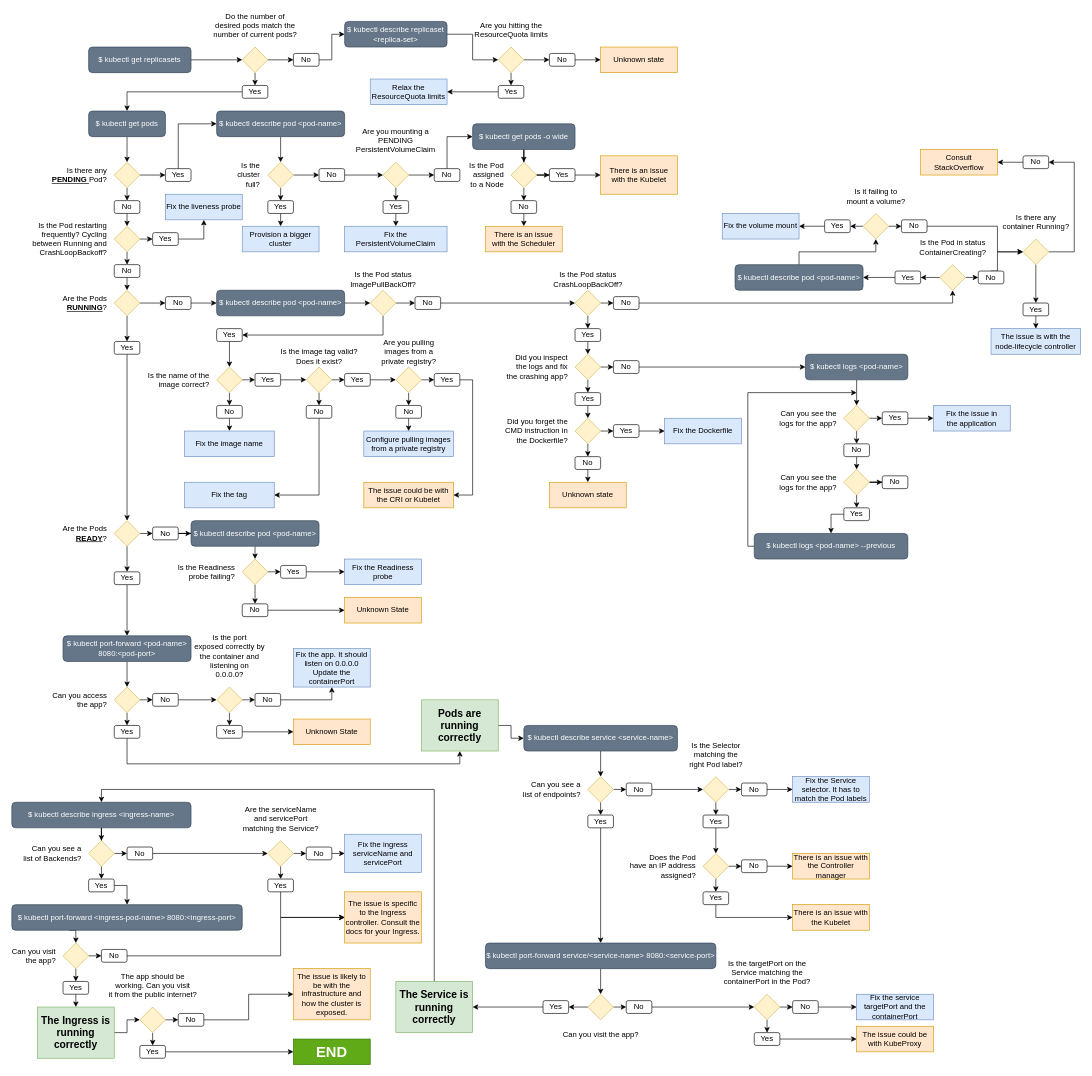
Above: checks.drawio in bespinian/livelint (draw.io), before the change. Source tidied: cells renumbered, new cells numbered last; positions are measured from the earlier drawing's top-left corner, leaving out a move shared by most shapes. Both pictures are drawn from the tidied source at 64%, with x=0, y=0 at pixel (12, 21).
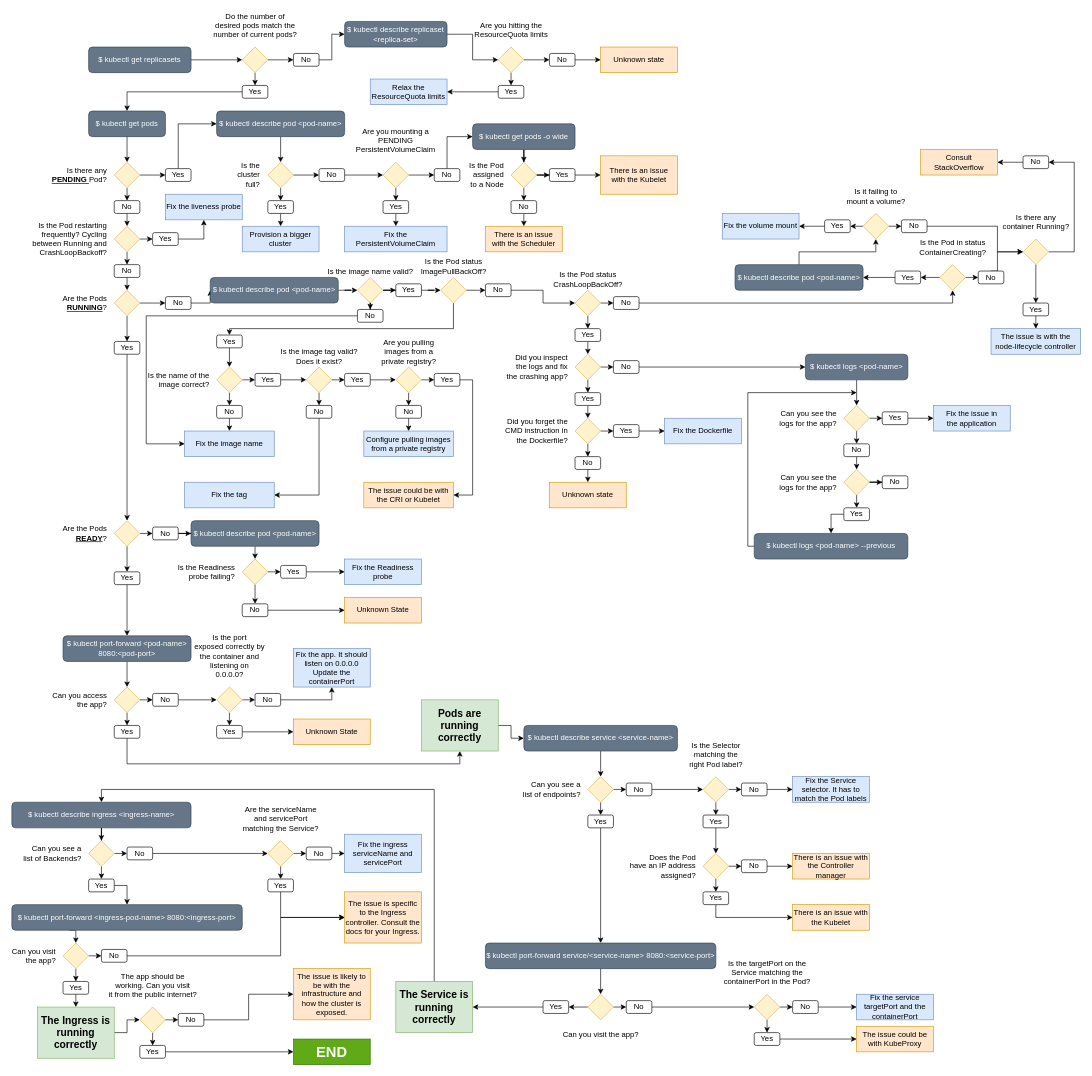
Above is the later version.

Commit message (it also covers changes not shown here):
Add tests and flow chart box for invalid image name check

The change refers to these unchanged cells:
```xml
<mxCell id="98" value="Fix the image name" style="rounded=0;whiteSpace=wrap;html=1;fillColor=#dae8fc;strokeColor=#6c8ebf;" parent="1" vertex="1">
  <mxGeometry x="270" y="640" width="140" height="40" as="geometry" />
</mxCell>
<mxCell id="103" value="Is the Pod status&lt;br&gt;CrashLoopBackOff?" style="rhombus;html=1;spacingLeft=0;align=center;fillColor=#fff2cc;strokeColor=#d6b656;labelPosition=center;verticalLabelPosition=top;verticalAlign=bottom;spacingRight=0;" parent="1" vertex="1">
  <mxGeometry x="880" y="420" width="40" height="40" as="geometry" />
</mxCell>
```

What changed in the source:
```diff
@@
-    <mxCell id="81" style="edgeStyle=orthogonalEdgeStyle;rounded=0;jettySize=auto;html=1;exitX=1;exitY=0.5;exitDx=0;exitDy=0;entryX=0;entryY=0.5;entryDx=0;entryDy=0;" parent="1" edge="1" source="82" target="85">
-      <mxGeometry relative="1" as="geometry" />
-    </mxCell>
+    <mxCell id="299" style="edgeStyle=orthogonalEdgeStyle;rounded=0;jettySize=auto;html=1;" parent="1" edge="1" source="82" target="302">
+      <mxGeometry relative="1" as="geometry" />
+    </mxCell>
     <mxCell id="82" value="&lt;div&gt;$ kubectl describe pod &amp;lt;pod-name&amp;gt;&lt;br&gt;&lt;/div&gt;" style="rounded=1;whiteSpace=wrap;html=1;fillColor=#647687;fontColor=#ffffff;strokeColor=#314354;" parent="1" vertex="1">
-      <mxGeometry x="320" y="420" width="200" height="40" as="geometry" />
+      <mxGeometry x="310" y="400" width="200" height="40" as="geometry" />
     </mxCell>
-    <mxCell id="83" style="edgeStyle=orthogonalEdgeStyle;rounded=0;jettySize=auto;html=1;exitX=0.5;exitY=1;exitDx=0;exitDy=0;entryX=1;entryY=0.5;entryDx=0;entryDy=0;" parent="1" edge="1" source="85" target="87">
-      <mxGeometry relative="1" as="geometry" />
+    <mxCell id="83" style="edgeStyle=orthogonalEdgeStyle;rounded=0;jettySize=auto;html=1;exitX=0.5;exitY=1;exitDx=0;exitDy=0;entryX=0.5;entryY=0;entryDx=0;entryDy=0;" parent="1" edge="1" source="85" target="87">
+      <mxGeometry relative="1" as="geometry">
+        <Array as="points">
+          <mxPoint x="690" y="480" />
+          <mxPoint x="340" y="480" />
+        </Array>
+      </mxGeometry>
     </mxCell>
@@
-    <mxCell id="85" value="Is the Pod status&lt;br&gt;ImagePullBackOff?" style="rhombus;html=1;spacingLeft=0;align=center;fillColor=#fff2cc;strokeColor=#d6b656;labelPosition=center;verticalLabelPosition=top;verticalAlign=bottom;spacingRight=0;" parent="1" vertex="1">
-      <mxGeometry x="560" y="420" width="40" height="40" as="geometry" />
-    </mxCell>
@@
     <mxCell id="87" value="Yes" style="rounded=1;whiteSpace=wrap;html=1;" parent="1" vertex="1">
-      <mxGeometry x="320" y="480" width="40" height="20" as="geometry" />
+      <mxGeometry x="320" y="490" width="40" height="20" as="geometry" />
     </mxCell>
-    <mxCell id="88" style="edgeStyle=orthogonalEdgeStyle;rounded=0;jettySize=auto;html=1;exitX=1;exitY=0.5;exitDx=0;exitDy=0;entryX=0;entryY=0.5;entryDx=0;entryDy=0;" parent="1" edge="1" source="89" target="103">
+    <mxCell id="88" style="edgeStyle=orthogonalEdgeStyle;rounded=0;jettySize=auto;html=1;exitX=1;exitY=0.5;exitDx=0;exitDy=0;entryX=0;entryY=0.5;entryDx=0;entryDy=0;startArrow=none;" parent="1" edge="1" source="89" target="103">
       <mxGeometry relative="1" as="geometry">
         <Array as="points">
-          <mxPoint x="680" y="440" />
-          <mxPoint x="680" y="440" />
+          <mxPoint x="830" y="420" />
+          <mxPoint x="830" y="440" />
         </Array>
       </mxGeometry>
     </mxCell>
     <mxCell id="89" value="No" style="rounded=1;whiteSpace=wrap;html=1;" parent="1" vertex="1">
-      <mxGeometry x="630" y="430" width="40" height="20" as="geometry" />
+      <mxGeometry x="740" y="410" width="40" height="20" as="geometry" />
     </mxCell>
@@
+    <mxCell id="85" value="Is the Pod status&lt;br&gt;ImagePullBackOff?" style="rhombus;html=1;spacingLeft=0;align=center;fillColor=#fff2cc;strokeColor=#d6b656;labelPosition=center;verticalLabelPosition=top;verticalAlign=bottom;spacingRight=0;" parent="1" vertex="1">
+      <mxGeometry x="670" y="400" width="40" height="40" as="geometry" />
+    </mxCell>
+    <mxCell id="300" style="edgeStyle=orthogonalEdgeStyle;rounded=0;jettySize=auto;html=1;entryX=0;entryY=0.5;entryDx=0;entryDy=0;" parent="1" edge="1" source="302" target="304">
+      <mxGeometry relative="1" as="geometry" />
+    </mxCell>
+    <mxCell id="301" style="edgeStyle=orthogonalEdgeStyle;rounded=0;jettySize=auto;html=1;entryX=0.5;entryY=0;entryDx=0;entryDy=0;" parent="1" edge="1" source="302" target="306">
+      <mxGeometry relative="1" as="geometry" />
+    </mxCell>
+    <mxCell id="302" value="Is the image name valid?" style="rhombus;html=1;spacingLeft=0;align=center;fillColor=#fff2cc;strokeColor=#d6b656;labelPosition=center;verticalLabelPosition=top;verticalAlign=bottom;spacingRight=0;" parent="1" vertex="1">
+      <mxGeometry x="540" y="400" width="40" height="40" as="geometry" />
+    </mxCell>
+    <mxCell id="303" style="edgeStyle=orthogonalEdgeStyle;rounded=0;jettySize=auto;html=1;entryX=0;entryY=0.5;entryDx=0;entryDy=0;" parent="1" edge="1" source="304" target="85">
+      <mxGeometry relative="1" as="geometry" />
+    </mxCell>
+    <mxCell id="304" value="Yes" style="rounded=1;whiteSpace=wrap;html=1;" parent="1" vertex="1">
+      <mxGeometry x="600" y="410" width="40" height="20" as="geometry" />
+    </mxCell>
+    <mxCell id="305" style="edgeStyle=orthogonalEdgeStyle;rounded=0;jettySize=auto;html=1;entryX=0;entryY=0.5;entryDx=0;entryDy=0;" parent="1" edge="1" source="306" target="98">
+      <mxGeometry relative="1" as="geometry">
+        <Array as="points">
+          <mxPoint x="210" y="460" />
+          <mxPoint x="210" y="660" />
+        </Array>
+      </mxGeometry>
+    </mxCell>
+    <mxCell id="306" value="No" style="rounded=1;whiteSpace=wrap;html=1;" parent="1" vertex="1">
+      <mxGeometry x="540" y="450" width="40" height="20" as="geometry" />
+    </mxCell>
```
